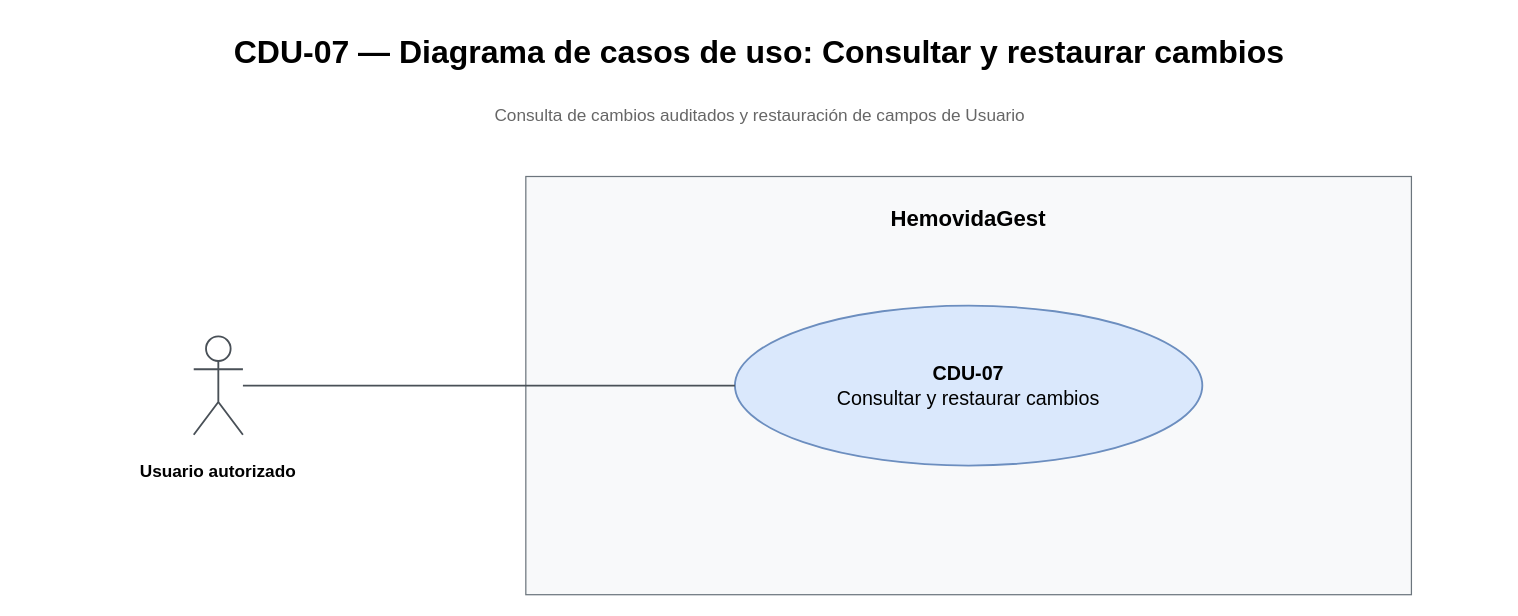
This is Diagramas/Casos de Uso/T06b - CDU-07 - Control de cambios - Casos de uso.drawio from juanNH/Ingenieria-de-Software, a draw.io file, before an edit. Source tidied: cells renumbered, new cells numbered last; positions are measured from the earlier drawing's top-left corner, leaving out a move shared by most shapes. Both pictures are drawn from the tidied source at 123%, with x=0, y=0 at pixel (21, 21).
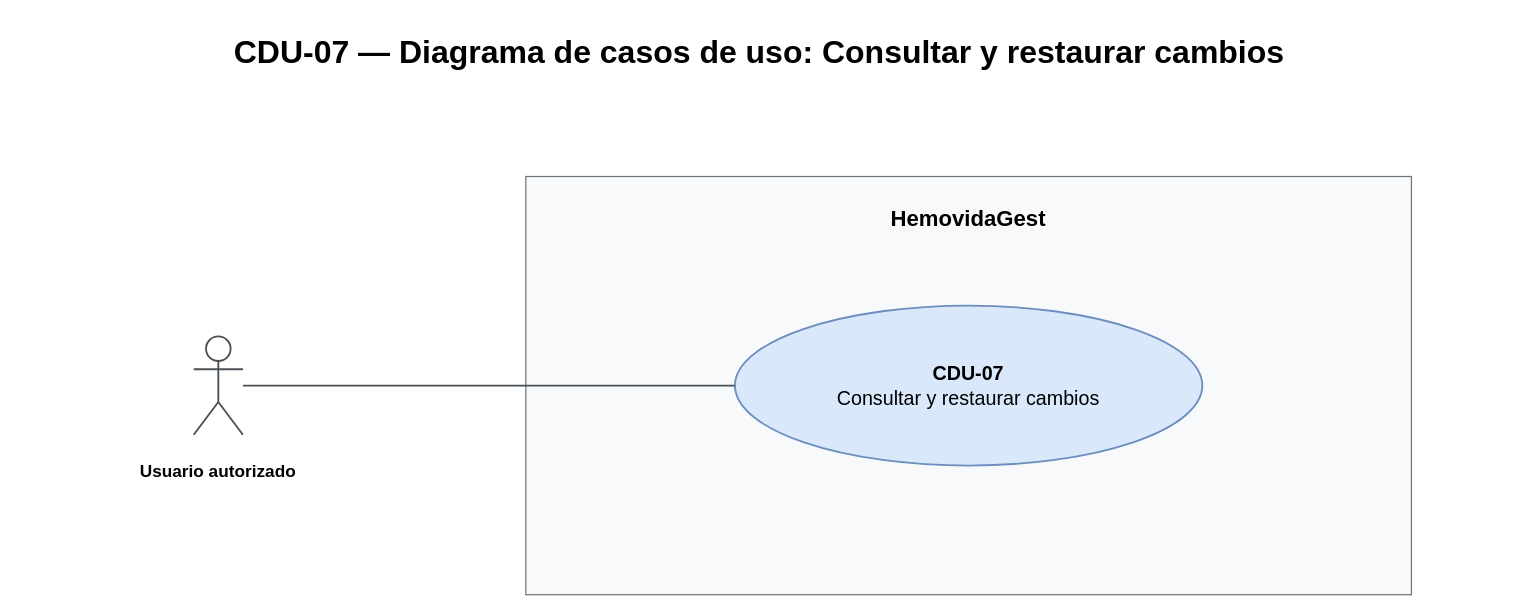
After the change.

What changed in the source:
```diff
@@
 <mxGraphModel>
   <root>
     <mxCell id="0" />
     <mxCell id="1" parent="0" />
     <mxCell id="2" value="&lt;b&gt;HemovidaGest&lt;/b&gt;" style="rounded=0;whiteSpace=wrap;html=1;fillColor=#f8f9fa;strokeColor=#6c757d;verticalAlign=top;spacingTop=18;fontSize=18;fontFamily=Arial;" parent="1" vertex="1">
       <mxGeometry x="410" y="126" width="720" height="340" as="geometry" />
     </mxCell>
     <mxCell id="3" value="CDU-07 — Diagrama de casos de uso: Consultar y restaurar cambios" style="text;html=1;whiteSpace=wrap;strokeColor=none;fillColor=none;fontFamily=Arial;fontSize=26;fontStyle=1;align=center;verticalAlign=middle;" parent="1" vertex="1">
       <mxGeometry width="1200" height="50" as="geometry" />
     </mxCell>
-    <mxCell id="4" value="Consulta de cambios auditados y restauración de campos de Usuario" style="text;html=1;strokeColor=none;fillColor=none;fontSize=14;align=center;verticalAlign=middle;fontColor=#666666;fontFamily=Arial;" parent="1" vertex="1">
-      <mxGeometry x="40" y="60" width="1120" height="32" as="geometry" />
-    </mxCell>
     <mxCell id="5" value="&lt;b&gt;CDU-07&lt;/b&gt;&lt;br&gt;Consultar y restaurar cambios" style="ellipse;whiteSpace=wrap;html=1;fillColor=#dae8fc;strokeColor=#6c8ebf;strokeWidth=1.5;fontSize=16;fontFamily=Arial;align=center;verticalAlign=middle;" parent="1" vertex="1">
       <mxGeometry x="580" y="231" width="380" height="130" as="geometry" />
     </mxCell>
     <mxCell id="6" style="shape=umlActor;html=1;fillColor=#ffffff;strokeColor=#495057;strokeWidth=1.5;" parent="1" vertex="1">
       <mxGeometry x="140" y="256" width="40" height="80" as="geometry" />
     </mxCell>
     <mxCell id="7" value="&lt;b&gt;Usuario autorizado&lt;/b&gt;" style="text;html=1;strokeColor=none;fillColor=none;fontSize=14;fontFamily=Arial;align=center;verticalAlign=top;whiteSpace=wrap;" parent="1" vertex="1">
       <mxGeometry x="20" y="351" width="280" height="66" as="geometry" />
     </mxCell>
     <mxCell id="8" style="rounded=0;html=1;endArrow=none;startArrow=none;strokeColor=#495057;strokeWidth=1.5;exitX=1;exitY=0.5;entryX=0;entryY=0.5;" parent="1" edge="1" source="6" target="5">
       <mxGeometry relative="1" as="geometry" />
     </mxCell>
   </root>
 </mxGraphModel>
```
